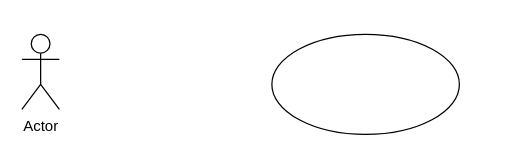
Artz2/Draw.io-diagramas keeps this draw.io diagram as Diagrama sem nome.drawio. Above is the earlier version. Source tidied: cells renumbered, new cells numbered last; positions are measured from the earlier drawing's top-left corner, leaving out a move shared by most shapes. Both pictures are drawn from the tidied source at 125%, with x=0, y=0 at pixel (21, 34).
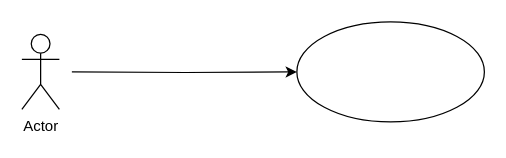
Above is the later version.

Commit message:
Actualizar Diagrama de Casos de Uso

Diff of the diagram source:
```diff
@@
 <mxGraphModel>
   <root>
     <mxCell id="0" />
     <mxCell id="1" parent="0" />
     <mxCell id="2" style="ellipse;whiteSpace=wrap;html=1;" parent="1" vertex="1">
-      <mxGeometry x="200" width="150" height="80" as="geometry" />
+      <mxGeometry x="220" y="-10" width="150" height="80" as="geometry" />
     </mxCell>
+    <mxCell id="4" style="edgeStyle=orthogonalEdgeStyle;rounded=0;jettySize=auto;html=1;entryX=0;entryY=0.5;entryDx=0;entryDy=0;" parent="1" edge="1" target="2">
+      <mxGeometry relative="1" as="geometry">
+        <mxPoint x="40" y="30" as="sourcePoint" />
+      </mxGeometry>
+    </mxCell>
     <mxCell id="3" value="Actor" style="shape=umlActor;verticalLabelPosition=bottom;verticalAlign=top;html=1;" parent="1" vertex="1">
       <mxGeometry width="30" height="60" as="geometry" />
     </mxCell>
   </root>
 </mxGraphModel>
```
